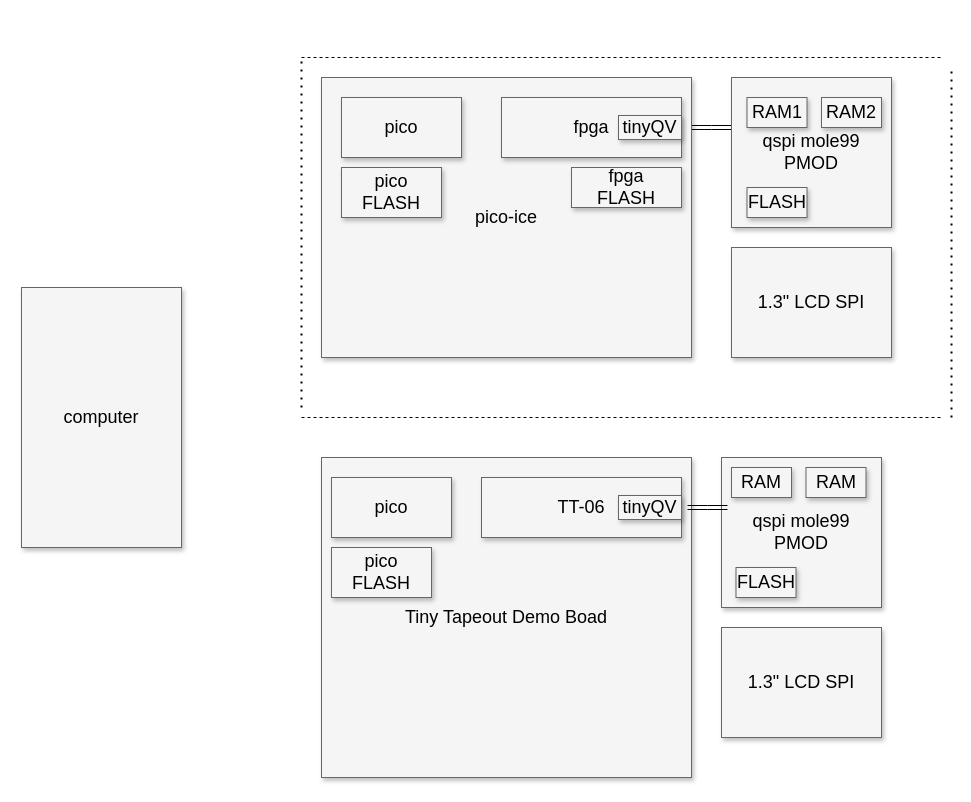
This is hardware/tinyQV.drawio from timokm/awsome-tinyqv, a draw.io file, before an edit. Source tidied: cells renumbered, new cells numbered last; positions are measured from the earlier drawing's top-left corner, leaving out a move shared by most shapes. Both pictures are drawn from the tidied source at 100%, with x=0, y=0 at pixel (21, 57).
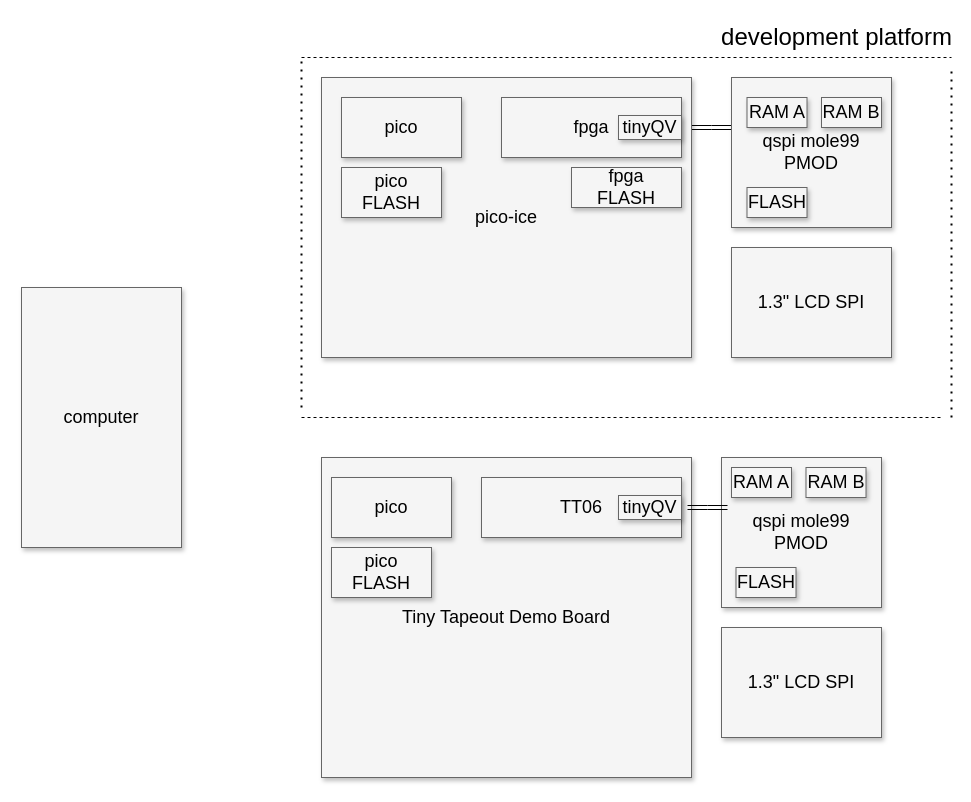
Above is the later version.

The edit, as a diff of the source:
```diff
@@
-    <mxCell id="10" value="RAM1" style="whiteSpace=wrap;html=1;shadow=1;fontSize=18;fillColor=#f5f5f5;strokeColor=#666666;" parent="1" vertex="1">
+    <mxCell id="10" value="RAM A " style="whiteSpace=wrap;html=1;shadow=1;fontSize=18;fillColor=#f5f5f5;strokeColor=#666666;" parent="1" vertex="1">
       <mxGeometry x="725.5" y="40" width="60" height="30" as="geometry" />
     </mxCell>
-    <mxCell id="11" value="RAM2" style="whiteSpace=wrap;html=1;shadow=1;fontSize=18;fillColor=#f5f5f5;strokeColor=#666666;" parent="1" vertex="1">
+    <mxCell id="11" value="RAM B" style="whiteSpace=wrap;html=1;shadow=1;fontSize=18;fillColor=#f5f5f5;strokeColor=#666666;" parent="1" vertex="1">
       <mxGeometry x="800" y="40" width="60" height="30" as="geometry" />
     </mxCell>
@@
-    <mxCell id="13" value="Tiny Tapeout Demo Boad" style="whiteSpace=wrap;html=1;shadow=1;fontSize=18;fillColor=#f5f5f5;strokeColor=#666666;" parent="1" vertex="1">
+    <mxCell id="13" value="Tiny Tapeout Demo Board" style="whiteSpace=wrap;html=1;shadow=1;fontSize=18;fillColor=#f5f5f5;strokeColor=#666666;" parent="1" vertex="1">
       <mxGeometry x="300" y="400" width="370" height="320" as="geometry" />
     </mxCell>
-    <mxCell id="14" value="TT-06" style="whiteSpace=wrap;html=1;shadow=1;fontSize=18;fillColor=#f5f5f5;strokeColor=#666666;" parent="1" vertex="1">
+    <mxCell id="14" value="TT06" style="whiteSpace=wrap;html=1;shadow=1;fontSize=18;fillColor=#f5f5f5;strokeColor=#666666;" parent="1" vertex="1">
       <mxGeometry x="460" y="420" width="200" height="60" as="geometry" />
     </mxCell>
@@
-    <mxCell id="18" value="RAM" style="whiteSpace=wrap;html=1;shadow=1;fontSize=18;fillColor=#f5f5f5;strokeColor=#666666;" parent="1" vertex="1">
+    <mxCell id="18" value="RAM A" style="whiteSpace=wrap;html=1;shadow=1;fontSize=18;fillColor=#f5f5f5;strokeColor=#666666;" parent="1" vertex="1">
       <mxGeometry x="710" y="410" width="60" height="30" as="geometry" />
     </mxCell>
-    <mxCell id="19" value="RAM" style="whiteSpace=wrap;html=1;shadow=1;fontSize=18;fillColor=#f5f5f5;strokeColor=#666666;" parent="1" vertex="1">
+    <mxCell id="19" value="RAM B" style="whiteSpace=wrap;html=1;shadow=1;fontSize=18;fillColor=#f5f5f5;strokeColor=#666666;" parent="1" vertex="1">
       <mxGeometry x="784.5" y="410" width="60" height="30" as="geometry" />
     </mxCell>
@@
     <mxCell id="28" style="endArrow=none;dashed=1;html=1;rounded=0;" parent="1" edge="1">
       <mxGeometry relative="1" as="geometry">
         <mxPoint x="280" as="sourcePoint" />
-        <mxPoint x="920" as="targetPoint" />
+        <mxPoint x="930" as="targetPoint" />
       </mxGeometry>
     </mxCell>
@@
+    <mxCell id="30" value="development platform" style="text;strokeColor=none;fillColor=none;html=1;fontSize=24;fontStyle=0;verticalAlign=middle;align=center;" parent="1" vertex="1">
+      <mxGeometry x="764.5" y="-40" width="100" height="40" as="geometry" />
+    </mxCell>
```
